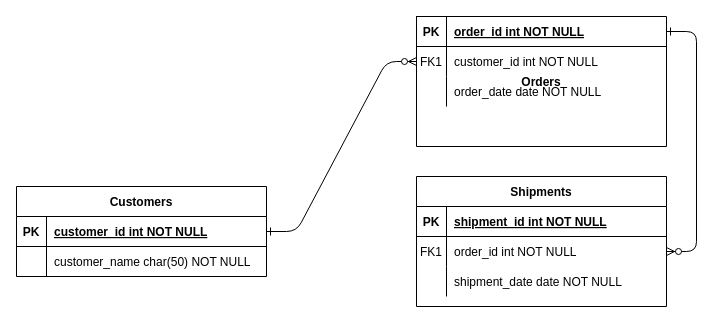
The draw.io diagram Untitled Diagram.drawio in Rechi-01/04-12-2022, before the edit. Source tidied: cells renumbered, new cells numbered last; positions are measured from the earlier drawing's top-left corner, leaving out a move shared by most shapes. Both pictures are drawn from the tidied source at 100%, with x=0, y=0 at pixel (16, 16).
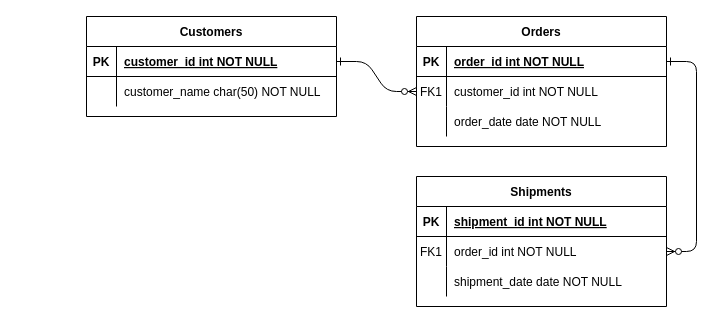
The same diagram, later.

The edit, as a diff of the source:
```diff
@@
-    <mxCell id="4" value="Orders" style="shape=table;startSize=0;childLayout=tableLayout;rowLines=0;fontStyle=1;align=center;" parent="1" vertex="1">
+    <mxCell id="4" value="Orders" style="shape=table;startSize=30;childLayout=tableLayout;rowLines=0;fontStyle=1;align=center;" parent="1" vertex="1">
       <mxGeometry x="400" width="250" height="130" as="geometry" />
     </mxCell>
     <mxCell id="5" style="shape=partialRectangle;fillColor=none;points=[[0,0.5],[1,0.5]];portConstraint=eastwest;top=0;left=0;right=0;bottom=1;" parent="4" vertex="1">
-      <mxGeometry width="250" height="30" as="geometry" />
+      <mxGeometry y="30" width="250" height="30" as="geometry" />
     </mxCell>
@@
     <mxCell id="8" style="shape=partialRectangle;fillColor=none;points=[[0,0.5],[1,0.5]];portConstraint=eastwest;top=0;left=0;right=0;bottom=0;" parent="4" vertex="1">
-      <mxGeometry y="30" width="250" height="30" as="geometry" />
+      <mxGeometry y="60" width="250" height="30" as="geometry" />
     </mxCell>
@@
     <mxCell id="11" style="shape=partialRectangle;fillColor=none;top=0;left=0;right=0;bottom=0;" parent="4" vertex="1">
-      <mxGeometry y="60" width="250" height="30" as="geometry" />
+      <mxGeometry y="90" width="250" height="30" as="geometry" />
     </mxCell>
@@
     <mxCell id="24" value="Customers" style="shape=table;startSize=30;childLayout=tableLayout;rowLines=0;fontStyle=1;align=center;" parent="1" vertex="1">
-      <mxGeometry y="170" width="250" height="90" as="geometry" />
+      <mxGeometry x="70" width="250" height="100" as="geometry" />
     </mxCell>
```
